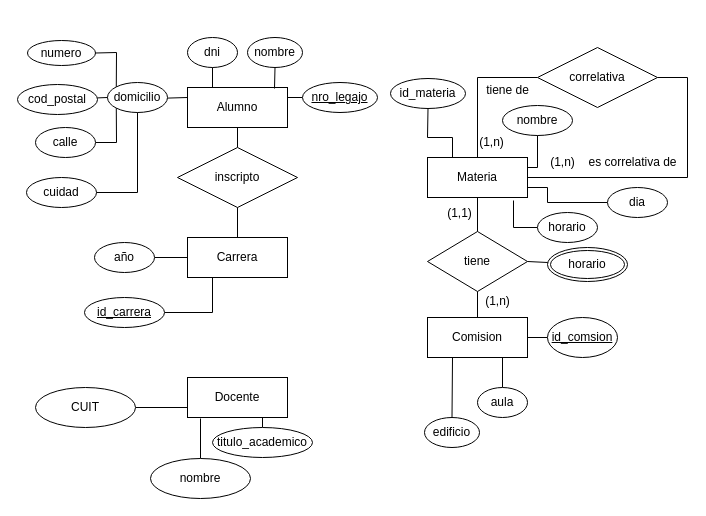
Earlier version of the draw.io diagram practica-1/Sistemas de Alumnos.drawio (leopoldo109/BDD-UNQ). Source tidied: cells renumbered, new cells numbered last; positions are measured from the earlier drawing's top-left corner, leaving out a move shared by most shapes. Both pictures are drawn from the tidied source at 100%, with x=0, y=0 at pixel (17, 37).
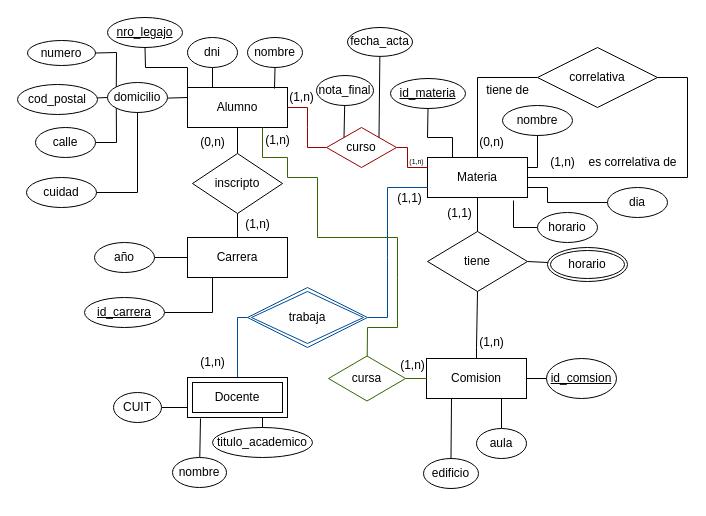
The same diagram, later.

Unchanged cells that the change refers to:
```xml
<mxCell id="2" value="Alumno" style="whiteSpace=wrap;html=1;align=center;" parent="1" vertex="1">
  <mxGeometry x="170" y="50" width="100" height="40" as="geometry" />
</mxCell>
<mxCell id="4" value="Materia" style="whiteSpace=wrap;html=1;align=center;" parent="1" vertex="1">
  <mxGeometry x="410" y="120" width="100" height="40" as="geometry" />
</mxCell>
<mxCell id="6" value="tiene" style="shape=rhombus;perimeter=rhombusPerimeter;whiteSpace=wrap;html=1;align=center;" parent="1" vertex="1">
  <mxGeometry x="410" y="194" width="100" height="60" as="geometry" />
</mxCell>
<mxCell id="48" value="titulo_academico" style="ellipse;whiteSpace=wrap;html=1;align=center;" parent="1" vertex="1">
  <mxGeometry x="195" y="390" width="100" height="30" as="geometry" />
</mxCell>
```

Change to the diagram source:
```diff
@@
     <mxCell id="5" value="Comision" style="whiteSpace=wrap;html=1;align=center;" parent="1" vertex="1">
-      <mxGeometry x="410" y="280" width="100" height="40" as="geometry" />
+      <mxGeometry x="409" y="321" width="100" height="40" as="geometry" />
     </mxCell>
@@
     <mxCell id="9" style="endArrow=none;html=1;rounded=0;exitX=0.5;exitY=0;exitDx=0;exitDy=0;entryX=0.5;entryY=1;entryDx=0;entryDy=0;" parent="1" edge="1" source="5" target="6">
-      <mxGeometry relative="1" as="geometry" />
+      <mxGeometry relative="1" as="geometry">
+        <Array as="points">
+          <mxPoint x="459" y="310" />
+        </Array>
+      </mxGeometry>
     </mxCell>
     <mxCell id="10" value="(1,n)" style="text;html=1;align=center;verticalAlign=middle;strokeColor=none;fillColor=none;" parent="1" vertex="1">
-      <mxGeometry x="455" y="249" width="50" height="30" as="geometry" />
+      <mxGeometry x="449" y="290" width="50" height="30" as="geometry" />
     </mxCell>
@@
-    <mxCell id="15" style="endArrow=none;html=1;rounded=0;exitX=1;exitY=0.25;exitDx=0;exitDy=0;" parent="1" edge="1" source="2" target="16">
-      <mxGeometry relative="1" as="geometry" />
-    </mxCell>
     <mxCell id="16" value="nro_legajo" style="ellipse;whiteSpace=wrap;html=1;align=center;fontStyle=4;" parent="1" vertex="1">
-      <mxGeometry x="285" y="45" width="75" height="30" as="geometry" />
+      <mxGeometry x="90" y="-20" width="75" height="30" as="geometry" />
     </mxCell>
@@
     <mxCell id="28" value="inscripto" style="shape=rhombus;perimeter=rhombusPerimeter;whiteSpace=wrap;html=1;align=center;" parent="1" vertex="1">
-      <mxGeometry x="160" y="110" width="120" height="60" as="geometry" />
+      <mxGeometry x="175" y="116" width="90" height="60" as="geometry" />
     </mxCell>
@@
-    <mxCell id="35" value="id_materia" style="ellipse;whiteSpace=wrap;html=1;align=center;" parent="1" vertex="1">
+    <mxCell id="35" value="id_materia" style="ellipse;whiteSpace=wrap;html=1;align=center;fontStyle=4;" parent="1" vertex="1">
       <mxGeometry x="373" y="41" width="75" height="30" as="geometry" />
     </mxCell>
@@
-    <mxCell id="42" value="Docente" style="whiteSpace=wrap;html=1;align=center;" parent="1" vertex="1">
-      <mxGeometry x="170" y="340" width="100" height="40" as="geometry" />
-    </mxCell>
-    <mxCell id="43" style="endArrow=none;html=1;rounded=0;exitX=0;exitY=0.75;exitDx=0;exitDy=0;entryX=1;entryY=0.5;entryDx=0;entryDy=0;" parent="1" edge="1" source="42" target="44">
-      <mxGeometry relative="1" as="geometry" />
+    <mxCell id="43" style="endArrow=none;html=1;rounded=0;exitX=0;exitY=0.75;exitDx=0;exitDy=0;entryX=1;entryY=0.5;entryDx=0;entryDy=0;" parent="1" edge="1" target="44">
+      <mxGeometry relative="1" as="geometry">
+        <mxPoint x="170" y="370" as="sourcePoint" />
+      </mxGeometry>
     </mxCell>
     <mxCell id="44" value="CUIT" style="ellipse;whiteSpace=wrap;html=1;align=center;" parent="1" vertex="1">
-      <mxGeometry x="18" y="350" width="100" height="40" as="geometry" />
+      <mxGeometry x="96" y="355" width="48" height="30" as="geometry" />
     </mxCell>
-    <mxCell id="45" style="endArrow=none;html=1;rounded=0;exitX=0.13;exitY=1.025;exitDx=0;exitDy=0;exitPerimeter=0;" parent="1" edge="1" source="42" target="46">
-      <mxGeometry relative="1" as="geometry" />
+    <mxCell id="45" style="endArrow=none;html=1;rounded=0;exitX=0.13;exitY=1.025;exitDx=0;exitDy=0;exitPerimeter=0;" parent="1" edge="1" target="46">
+      <mxGeometry relative="1" as="geometry">
+        <mxPoint x="183" y="381" as="sourcePoint" />
+      </mxGeometry>
     </mxCell>
     <mxCell id="46" value="nombre" style="ellipse;whiteSpace=wrap;html=1;align=center;" parent="1" vertex="1">
-      <mxGeometry x="133" y="421" width="100" height="40" as="geometry" />
+      <mxGeometry x="155" y="420" width="54" height="30" as="geometry" />
     </mxCell>
-    <mxCell id="47" style="endArrow=none;html=1;rounded=0;exitX=0.75;exitY=1;exitDx=0;exitDy=0;" parent="1" edge="1" source="42" target="48">
-      <mxGeometry relative="1" as="geometry" />
+    <mxCell id="47" style="endArrow=none;html=1;rounded=0;exitX=0.75;exitY=1;exitDx=0;exitDy=0;" parent="1" edge="1" target="48">
+      <mxGeometry relative="1" as="geometry">
+        <mxPoint x="245" y="380" as="sourcePoint" />
+      </mxGeometry>
     </mxCell>
@@
     <mxCell id="55" value="id_comsion" style="ellipse;whiteSpace=wrap;html=1;align=center;fontStyle=4;" parent="1" vertex="1">
-      <mxGeometry x="530" y="280" width="70" height="40" as="geometry" />
+      <mxGeometry x="529" y="321" width="70" height="40" as="geometry" />
     </mxCell>
@@
     <mxCell id="57" value="aula" style="ellipse;whiteSpace=wrap;html=1;align=center;" parent="1" vertex="1">
-      <mxGeometry x="460" y="350" width="50" height="30" as="geometry" />
+      <mxGeometry x="459" y="391" width="50" height="30" as="geometry" />
     </mxCell>
@@
     <mxCell id="59" value="edificio" style="ellipse;whiteSpace=wrap;html=1;align=center;" parent="1" vertex="1">
-      <mxGeometry x="407" y="380" width="55" height="30" as="geometry" />
+      <mxGeometry x="406" y="421" width="55" height="30" as="geometry" />
     </mxCell>
@@
-    <mxCell id="61" value="(1,n)" style="text;html=1;align=center;verticalAlign=middle;strokeColor=none;fillColor=none;" parent="1" vertex="1">
+    <mxCell id="61" value="(0,n)" style="text;html=1;align=center;verticalAlign=middle;strokeColor=none;fillColor=none;" parent="1" vertex="1">
       <mxGeometry x="449" y="90" width="50" height="30" as="geometry" />
     </mxCell>
@@
+    <mxCell id="64" value="(1,n)" style="text;html=1;align=center;verticalAlign=middle;strokeColor=none;fillColor=none;" parent="1" vertex="1">
+      <mxGeometry x="215" y="172" width="50" height="30" as="geometry" />
+    </mxCell>
+    <mxCell id="65" value="(0,n)" style="text;html=1;align=center;verticalAlign=middle;strokeColor=none;fillColor=none;" parent="1" vertex="1">
+      <mxGeometry x="170" y="90" width="50" height="30" as="geometry" />
+    </mxCell>
+    <mxCell id="66" style="endArrow=none;html=1;rounded=0;exitX=0.5;exitY=0;exitDx=0;exitDy=0;entryX=0;entryY=0.5;entryDx=0;entryDy=0;strokeColor=#004C99;" parent="1" edge="1" target="70">
+      <mxGeometry relative="1" as="geometry">
+        <mxPoint x="220" y="340" as="sourcePoint" />
+        <Array as="points">
+          <mxPoint x="220" y="280" />
+        </Array>
+      </mxGeometry>
+    </mxCell>
+    <mxCell id="67" style="endArrow=none;html=1;rounded=0;exitX=1;exitY=0.5;exitDx=0;exitDy=0;entryX=0;entryY=0.75;entryDx=0;entryDy=0;strokeColor=#004C99;" parent="1" edge="1" source="70" target="4">
+      <mxGeometry relative="1" as="geometry">
+        <Array as="points">
+          <mxPoint x="350" y="280" />
+          <mxPoint x="370" y="280" />
+          <mxPoint x="370" y="220" />
+          <mxPoint x="370" y="150" />
+        </Array>
+      </mxGeometry>
+    </mxCell>
+    <mxCell id="68" value="(1,1)" style="text;html=1;align=center;verticalAlign=middle;strokeColor=none;fillColor=none;" parent="1" vertex="1">
+      <mxGeometry x="367" y="146" width="50" height="30" as="geometry" />
+    </mxCell>
+    <mxCell id="69" value="(1,n)" style="text;html=1;align=center;verticalAlign=middle;strokeColor=none;fillColor=none;" parent="1" vertex="1">
+      <mxGeometry x="170" y="310" width="50" height="30" as="geometry" />
+    </mxCell>
+    <mxCell id="42" value="Docente" style="shape=ext;margin=3;double=1;whiteSpace=wrap;html=1;align=center;" parent="1" vertex="1">
+      <mxGeometry x="170" y="340" width="100" height="40" as="geometry" />
+    </mxCell>
+    <mxCell id="70" value="trabaja" style="shape=rhombus;double=1;perimeter=rhombusPerimeter;whiteSpace=wrap;html=1;align=center;strokeColor=#004C99;" parent="1" vertex="1">
+      <mxGeometry x="230" y="250" width="120" height="60" as="geometry" />
+    </mxCell>
+    <mxCell id="71" style="endArrow=none;html=1;rounded=0;exitX=1;exitY=0.5;exitDx=0;exitDy=0;entryX=0;entryY=0.5;entryDx=0;entryDy=0;strokeColor=#990000;" parent="1" edge="1" source="2" target="72">
+      <mxGeometry relative="1" as="geometry">
+        <Array as="points">
+          <mxPoint x="290" y="70" />
+          <mxPoint x="290" y="90" />
+          <mxPoint x="290" y="110" />
+        </Array>
+      </mxGeometry>
+    </mxCell>
+    <mxCell id="72" value="curso" style="shape=rhombus;perimeter=rhombusPerimeter;whiteSpace=wrap;html=1;align=center;strokeColor=#990000;" parent="1" vertex="1">
+      <mxGeometry x="309" y="90" width="70" height="40" as="geometry" />
+    </mxCell>
+    <mxCell id="73" style="endArrow=none;html=1;rounded=0;exitX=1;exitY=0.5;exitDx=0;exitDy=0;entryX=0;entryY=0.25;entryDx=0;entryDy=0;strokeColor=#990000;" parent="1" edge="1" source="72" target="4">
+      <mxGeometry relative="1" as="geometry">
+        <Array as="points">
+          <mxPoint x="390" y="110" />
+          <mxPoint x="390" y="130" />
+        </Array>
+      </mxGeometry>
+    </mxCell>
+    <mxCell id="74" style="endArrow=none;html=1;rounded=0;exitX=0.5;exitY=1;exitDx=0;exitDy=0;entryX=0;entryY=0;entryDx=0;entryDy=0;" parent="1" edge="1" source="16" target="2">
+      <mxGeometry relative="1" as="geometry">
+        <Array as="points">
+          <mxPoint x="128" y="30" />
+          <mxPoint x="170" y="30" />
+        </Array>
+      </mxGeometry>
+    </mxCell>
+    <mxCell id="75" style="endArrow=none;html=1;rounded=0;exitX=0;exitY=0;exitDx=0;exitDy=0;" parent="1" edge="1" source="72" target="76">
+      <mxGeometry relative="1" as="geometry" />
+    </mxCell>
+    <mxCell id="76" value="nota_final" style="ellipse;whiteSpace=wrap;html=1;align=center;" parent="1" vertex="1">
+      <mxGeometry x="299" y="38" width="57" height="30" as="geometry" />
+    </mxCell>
+    <mxCell id="77" style="endArrow=none;html=1;rounded=0;exitX=1;exitY=0;exitDx=0;exitDy=0;" parent="1" edge="1" source="72" target="78">
+      <mxGeometry relative="1" as="geometry" />
+    </mxCell>
+    <mxCell id="78" value="fecha_acta" style="ellipse;whiteSpace=wrap;html=1;align=center;" parent="1" vertex="1">
+      <mxGeometry x="330" y="-10" width="65" height="28.9" as="geometry" />
+    </mxCell>
+    <mxCell id="79" style="endArrow=none;html=1;rounded=0;exitX=0.75;exitY=1;exitDx=0;exitDy=0;strokeColor=#336600;" parent="1" edge="1" source="2" target="80">
+      <mxGeometry relative="1" as="geometry">
+        <Array as="points">
+          <mxPoint x="245" y="120" />
+          <mxPoint x="270" y="120" />
+          <mxPoint x="270" y="140" />
+          <mxPoint x="300" y="140" />
+          <mxPoint x="300" y="200" />
+          <mxPoint x="380" y="200" />
+          <mxPoint x="380" y="240" />
+          <mxPoint x="380" y="290" />
+          <mxPoint x="350" y="290" />
+        </Array>
+      </mxGeometry>
+    </mxCell>
+    <mxCell id="80" value="cursa" style="shape=rhombus;perimeter=rhombusPerimeter;whiteSpace=wrap;html=1;align=center;strokeColor=#336600;" parent="1" vertex="1">
+      <mxGeometry x="311" y="318.5" width="77" height="45" as="geometry" />
+    </mxCell>
+    <mxCell id="81" style="endArrow=none;html=1;rounded=0;exitX=1;exitY=0.5;exitDx=0;exitDy=0;entryX=0;entryY=0.5;entryDx=0;entryDy=0;strokeColor=#336600;" parent="1" edge="1" source="80" target="5">
+      <mxGeometry relative="1" as="geometry" />
+    </mxCell>
+    <mxCell id="82" value="(1,n)" style="text;html=1;align=center;verticalAlign=middle;strokeColor=none;fillColor=none;" parent="1" vertex="1">
+      <mxGeometry x="235" y="88" width="50" height="30" as="geometry" />
+    </mxCell>
+    <mxCell id="83" value="(1,n)" style="text;html=1;align=center;verticalAlign=middle;strokeColor=none;fillColor=none;" parent="1" vertex="1">
+      <mxGeometry x="370" y="313" width="50" height="30" as="geometry" />
+    </mxCell>
+    <mxCell id="84" value="(1,n)" style="text;html=1;align=center;verticalAlign=middle;strokeColor=none;fillColor=none;fontSize=7;" parent="1" vertex="1">
+      <mxGeometry x="379" y="115" width="40" height="20" as="geometry" />
+    </mxCell>
+    <mxCell id="85" value="(1,n)" style="text;html=1;align=center;verticalAlign=middle;strokeColor=none;fillColor=none;" parent="1" vertex="1">
+      <mxGeometry x="259" y="45" width="50" height="30" as="geometry" />
+    </mxCell>
```
